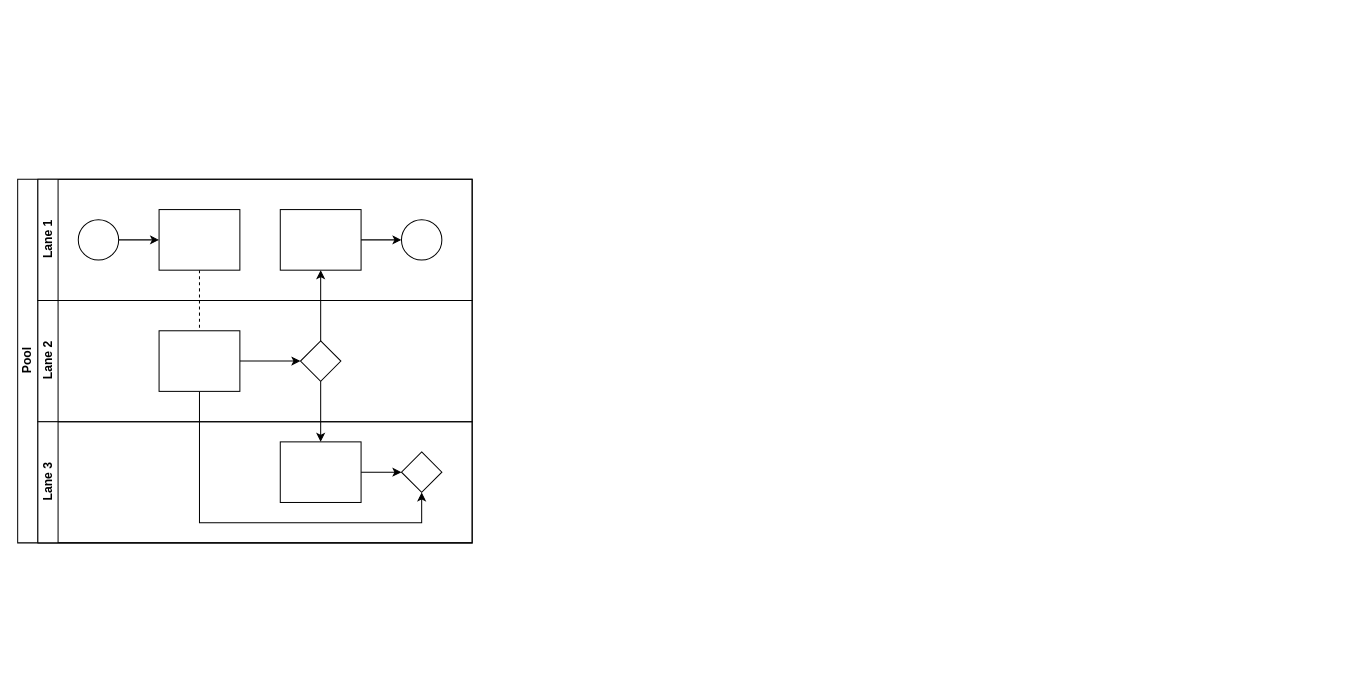
Above: drawio/Snapshot多业务场景应用.drawio in forfreeday/design (draw.io), before the change. Source tidied: cells renumbered, new cells numbered last; positions are measured from the earlier drawing's top-left corner, leaving out a move shared by most shapes. Both pictures are drawn from the tidied source at 101%, with x=0, y=0 at pixel (17, 179).
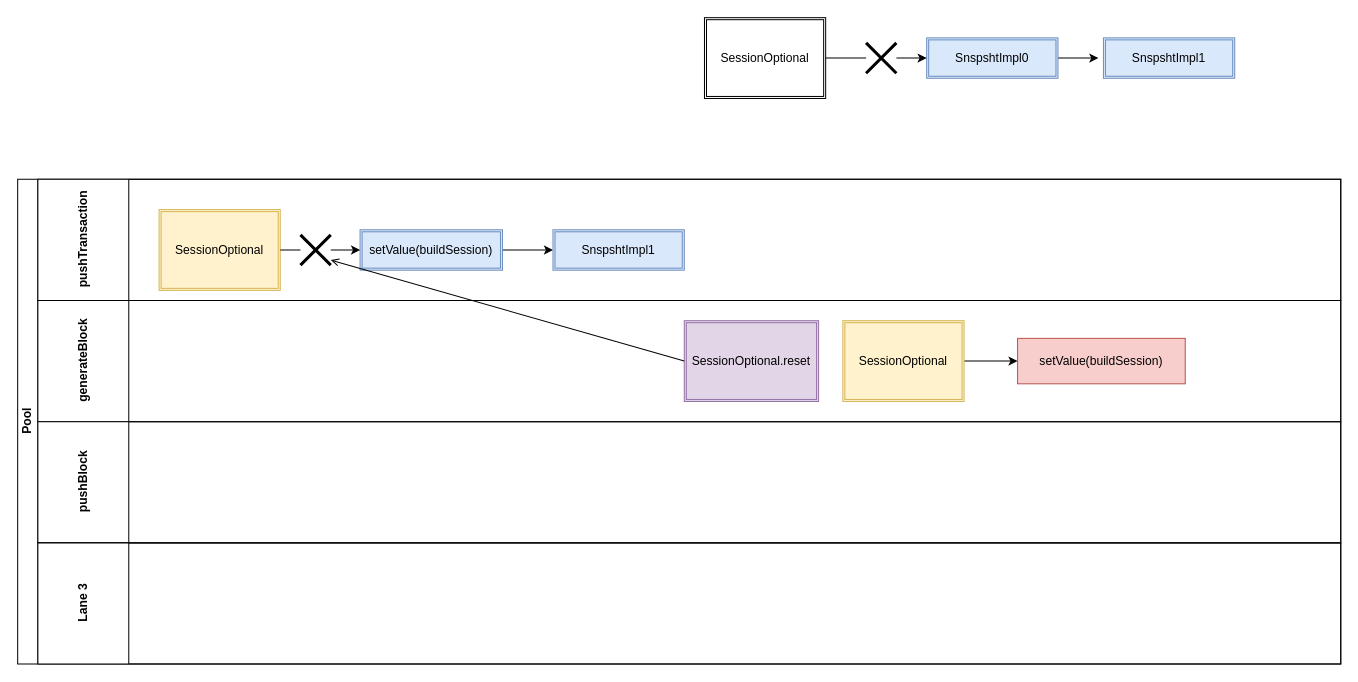
The same page after the edit.

Commit message:
更新Snapshot多业务场景应用.drawio

Change to the diagram source:
```diff
@@
-    <mxCell id="2" value="Pool" style="swimlane;html=1;horizontal=0;startSize=20;" parent="1" vertex="1">
-      <mxGeometry width="450" height="360" as="geometry" />
+    <mxCell id="2" value="Pool" style="swimlane;html=1;horizontal=0;startSize=20;textDirection=rtl;" parent="1" vertex="1">
+      <mxGeometry width="1310" height="480" as="geometry" />
     </mxCell>
-    <mxCell id="3" style="edgeStyle=orthogonalEdgeStyle;rounded=0;jettySize=auto;html=1;dashed=1;endArrow=none;endFill=0;" parent="2" edge="1" source="10" target="16">
-      <mxGeometry relative="1" as="geometry" />
-    </mxCell>
-    <mxCell id="4" style="edgeStyle=orthogonalEdgeStyle;rounded=0;jettySize=auto;html=1;endArrow=classic;endFill=1;" parent="2" edge="1" source="17" target="12">
-      <mxGeometry relative="1" as="geometry" />
-    </mxCell>
-    <mxCell id="5" style="edgeStyle=orthogonalEdgeStyle;rounded=0;jettySize=auto;html=1;endArrow=classic;endFill=1;" parent="2" edge="1" source="17" target="20">
-      <mxGeometry relative="1" as="geometry" />
-    </mxCell>
-    <mxCell id="6" style="edgeStyle=orthogonalEdgeStyle;rounded=0;jettySize=auto;html=1;endArrow=classic;endFill=1;" parent="2" edge="1" source="16" target="21">
-      <mxGeometry relative="1" as="geometry">
-        <Array as="points">
-          <mxPoint x="180" y="340" />
-          <mxPoint x="400" y="340" />
-        </Array>
-      </mxGeometry>
-    </mxCell>
-    <mxCell id="7" value="Lane 1" style="swimlane;html=1;startSize=20;horizontal=0;" parent="2" vertex="1">
-      <mxGeometry x="20" width="430" height="120" as="geometry" />
+    <mxCell id="7" value="pushTransaction&lt;br&gt;" style="swimlane;html=1;startSize=90;horizontal=0;flipV=1;flipH=0;textDirection=rtl;" parent="2" vertex="1">
+      <mxGeometry x="20" width="1290" height="120" as="geometry" />
     </mxCell>
-    <mxCell id="8" style="edgeStyle=orthogonalEdgeStyle;rounded=0;jettySize=auto;html=1;" parent="7" edge="1" source="9" target="10">
-      <mxGeometry relative="1" as="geometry" />
-    </mxCell>
-    <mxCell id="9" style="ellipse;whiteSpace=wrap;html=1;" parent="7" vertex="1">
-      <mxGeometry x="40" y="40" width="40" height="40" as="geometry" />
-    </mxCell>
-    <mxCell id="10" style="rounded=0;whiteSpace=wrap;html=1;fontFamily=Helvetica;fontSize=12;fontColor=#000000;align=center;" parent="7" vertex="1">
-      <mxGeometry x="120" y="30" width="80" height="60" as="geometry" />
-    </mxCell>
-    <mxCell id="11" style="edgeStyle=orthogonalEdgeStyle;rounded=0;jettySize=auto;html=1;endArrow=classic;endFill=1;" parent="7" edge="1" source="12" target="13">
-      <mxGeometry relative="1" as="geometry" />
-    </mxCell>
-    <mxCell id="12" style="rounded=0;whiteSpace=wrap;html=1;fontFamily=Helvetica;fontSize=12;fontColor=#000000;align=center;" parent="7" vertex="1">
-      <mxGeometry x="240" y="30" width="80" height="60" as="geometry" />
-    </mxCell>
-    <mxCell id="13" style="ellipse;whiteSpace=wrap;html=1;" parent="7" vertex="1">
-      <mxGeometry x="360" y="40" width="40" height="40" as="geometry" />
-    </mxCell>
+    <mxCell id="22" style="edgeStyle=orthogonalEdgeStyle;rounded=0;jettySize=auto;html=1;" parent="7" edge="1" source="23">
+      <mxGeometry relative="1" as="geometry">
+        <mxPoint x="510" y="70" as="targetPoint" />
+      </mxGeometry>
+    </mxCell>
+    <mxCell id="23" value="setValue(buildSession)" style="shape=ext;double=1;rounded=0;whiteSpace=wrap;html=1;fillColor=#dae8fc;strokeColor=#6c8ebf;" parent="7" vertex="1">
+      <mxGeometry x="319" y="50" width="141" height="40" as="geometry" />
+    </mxCell>
+    <mxCell id="24" style="edgeStyle=orthogonalEdgeStyle;rounded=0;jettySize=auto;html=1;startArrow=none;" parent="7" edge="1" source="27" target="23">
+      <mxGeometry relative="1" as="geometry" />
+    </mxCell>
+    <mxCell id="25" value="SessionOptional" style="shape=ext;double=1;rounded=0;whiteSpace=wrap;html=1;fillColor=#fff2cc;strokeColor=#d6b656;" parent="7" vertex="1">
+      <mxGeometry x="120" y="30" width="120" height="80" as="geometry" />
+    </mxCell>
+    <mxCell id="26" value="SnspshtImpl1" style="shape=ext;double=1;rounded=0;whiteSpace=wrap;html=1;fillColor=#dae8fc;strokeColor=#6c8ebf;" parent="7" vertex="1">
+      <mxGeometry x="510" y="50" width="130" height="40" as="geometry" />
+    </mxCell>
+    <mxCell id="27" style="shape=umlDestroy;whiteSpace=wrap;html=1;strokeWidth=3;" parent="7" vertex="1">
+      <mxGeometry x="260" y="55" width="30" height="30" as="geometry" />
+    </mxCell>
+    <mxCell id="28" style="edgeStyle=orthogonalEdgeStyle;rounded=0;jettySize=auto;html=1;endArrow=none;" parent="7" edge="1" source="25" target="27">
+      <mxGeometry relative="1" as="geometry" />
+    </mxCell>
+    <mxCell id="29" value="generateBlock" style="swimlane;html=1;startSize=90;horizontal=0;" parent="2" vertex="1">
+      <mxGeometry x="20" y="120" width="1290" height="120" as="geometry" />
+    </mxCell>
+    <mxCell id="30" style="edgeStyle=orthogonalEdgeStyle;rounded=0;jettySize=auto;html=1;" parent="29" edge="1" source="31" target="32">
+      <mxGeometry relative="1" as="geometry" />
+    </mxCell>
+    <mxCell id="31" value="SessionOptional" style="shape=ext;double=1;rounded=0;whiteSpace=wrap;html=1;fillColor=#fff2cc;strokeColor=#d6b656;" parent="29" vertex="1">
+      <mxGeometry x="797" y="20" width="120" height="80" as="geometry" />
+    </mxCell>
+    <mxCell id="32" value="setValue(buildSession)" style="whiteSpace=wrap;html=1;rounded=0;fillColor=#f8cecc;strokeColor=#b85450;" parent="29" vertex="1">
+      <mxGeometry x="970" y="37.5" width="166" height="45" as="geometry" />
+    </mxCell>
+    <mxCell id="33" value="SessionOptional.reset" style="shape=ext;double=1;rounded=0;whiteSpace=wrap;html=1;fillColor=#e1d5e7;strokeColor=#9673a6;" parent="29" vertex="1">
+      <mxGeometry x="640" y="20" width="133" height="80" as="geometry" />
+    </mxCell>
-    <mxCell id="14" value="Lane 2" style="swimlane;html=1;startSize=20;horizontal=0;" parent="2" vertex="1">
-      <mxGeometry x="20" y="120" width="430" height="120" as="geometry" />
+    <mxCell id="14" value="pushBlock&lt;br&gt;" style="swimlane;html=1;startSize=90;horizontal=0;" parent="2" vertex="1">
+      <mxGeometry x="20" y="240" width="1290" height="120" as="geometry" />
     </mxCell>
-    <mxCell id="15" style="edgeStyle=orthogonalEdgeStyle;rounded=0;jettySize=auto;html=1;endArrow=classic;endFill=1;" parent="14" edge="1" source="16" target="17">
-      <mxGeometry relative="1" as="geometry" />
-    </mxCell>
-    <mxCell id="16" style="rounded=0;whiteSpace=wrap;html=1;fontFamily=Helvetica;fontSize=12;fontColor=#000000;align=center;" parent="14" vertex="1">
-      <mxGeometry x="120" y="30" width="80" height="60" as="geometry" />
-    </mxCell>
-    <mxCell id="17" style="rhombus;whiteSpace=wrap;html=1;fontFamily=Helvetica;fontSize=12;fontColor=#000000;align=center;" parent="14" vertex="1">
-      <mxGeometry x="260" y="40" width="40" height="40" as="geometry" />
-    </mxCell>
-    <mxCell id="18" value="Lane 3" style="swimlane;html=1;startSize=20;horizontal=0;" parent="2" vertex="1">
-      <mxGeometry x="20" y="240" width="430" height="120" as="geometry" />
+    <mxCell id="18" value="Lane 3" style="swimlane;html=1;startSize=90;horizontal=0;" parent="2" vertex="1">
+      <mxGeometry x="20" y="360" width="1290" height="120" as="geometry" />
     </mxCell>
-    <mxCell id="19" style="edgeStyle=orthogonalEdgeStyle;rounded=0;jettySize=auto;html=1;endArrow=classic;endFill=1;" parent="18" edge="1" source="20" target="21">
-      <mxGeometry relative="1" as="geometry" />
-    </mxCell>
-    <mxCell id="20" style="rounded=0;whiteSpace=wrap;html=1;fontFamily=Helvetica;fontSize=12;fontColor=#000000;align=center;" parent="18" vertex="1">
-      <mxGeometry x="240" y="20" width="80" height="60" as="geometry" />
-    </mxCell>
-    <mxCell id="21" style="rhombus;whiteSpace=wrap;html=1;fontFamily=Helvetica;fontSize=12;fontColor=#000000;align=center;" parent="18" vertex="1">
-      <mxGeometry x="360" y="30" width="40" height="40" as="geometry" />
-    </mxCell>
+    <mxCell id="34" style="edgeStyle=orthogonalEdgeStyle;rounded=0;jettySize=auto;html=1;" parent="1" edge="1" source="35">
+      <mxGeometry relative="1" as="geometry">
+        <mxPoint x="1070" y="-120" as="targetPoint" />
+      </mxGeometry>
+    </mxCell>
+    <mxCell id="35" value="SnspshtImpl0" style="shape=ext;double=1;rounded=0;whiteSpace=wrap;html=1;fillColor=#dae8fc;strokeColor=#6c8ebf;" parent="1" vertex="1">
+      <mxGeometry x="900" y="-140" width="130" height="40" as="geometry" />
+    </mxCell>
+    <mxCell id="36" value="SnspshtImpl1" style="shape=ext;double=1;rounded=0;whiteSpace=wrap;html=1;fillColor=#dae8fc;strokeColor=#6c8ebf;" parent="1" vertex="1">
+      <mxGeometry x="1075" y="-140" width="130" height="40" as="geometry" />
+    </mxCell>
+    <mxCell id="37" style="edgeStyle=orthogonalEdgeStyle;rounded=0;jettySize=auto;html=1;startArrow=none;" parent="1" edge="1" source="39" target="35">
+      <mxGeometry relative="1" as="geometry" />
+    </mxCell>
+    <mxCell id="38" value="SessionOptional" style="shape=ext;double=1;rounded=0;whiteSpace=wrap;html=1;" parent="1" vertex="1">
+      <mxGeometry x="680" y="-160" width="120" height="80" as="geometry" />
+    </mxCell>
+    <mxCell id="39" style="shape=umlDestroy;whiteSpace=wrap;html=1;strokeWidth=3;" parent="1" vertex="1">
+      <mxGeometry x="840" y="-135" width="30" height="30" as="geometry" />
+    </mxCell>
+    <mxCell id="40" style="edgeStyle=orthogonalEdgeStyle;rounded=0;jettySize=auto;html=1;endArrow=none;" parent="1" edge="1" source="38" target="39">
+      <mxGeometry relative="1" as="geometry" />
+    </mxCell>
+    <mxCell id="41" style="endArrow=open;html=1;rounded=0;align=center;verticalAlign=top;endFill=0;labelBackgroundColor=none;endSize=6;exitX=0;exitY=0.5;exitDx=0;exitDy=0;" parent="1" edge="1" source="33">
+      <mxGeometry relative="1" as="geometry">
+        <mxPoint x="310" y="80" as="targetPoint" />
+      </mxGeometry>
+    </mxCell>
```
